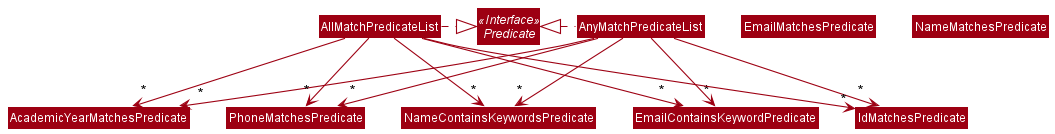
Earlier version of the PlantUML export docs/images/PredicateListClassDiagram.png (nus-cs2103-AY2021S1/tp).
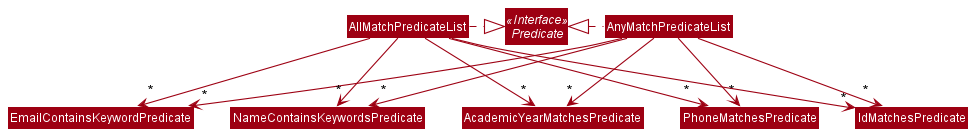
After the change.

Commit message:
Update PredicateList uml

Change to the diagram source:
```diff
@@ -8,8 +8,8 @@
 Class AnyMatchPredicateList
 Class AllMatchPredicateList
 Class IdMatchesPredicate
-Class EmailMatchesPredicate
-Class NameMatchesPredicate
+Class EmailContainsKeywordPredicate
+Class NameContainsKeywordsPredicate
 Class AcademicYearMatchesPredicate
 Class PhoneMatchesPredicate
 
```
